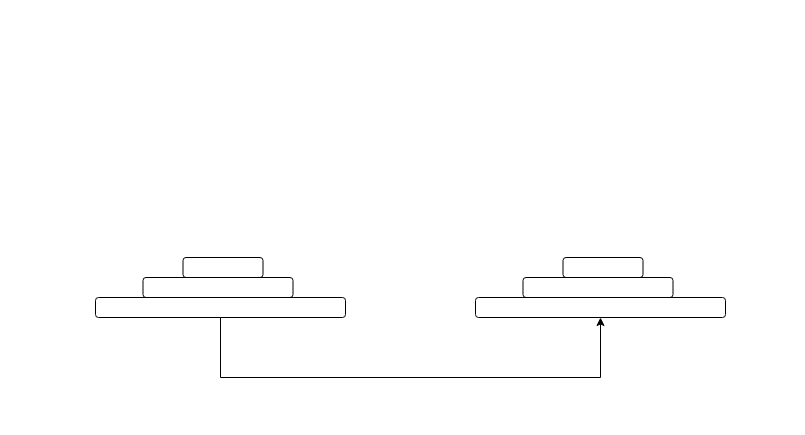
Above: Untitled Diagram.drawio in muyable/elma (draw.io), before the change. Source tidied: cells renumbered, new cells numbered last; positions are measured from the earlier drawing's top-left corner, leaving out a move shared by most shapes. Both pictures are drawn from the tidied source at 100%, with x=0, y=0 at pixel (95, 257).
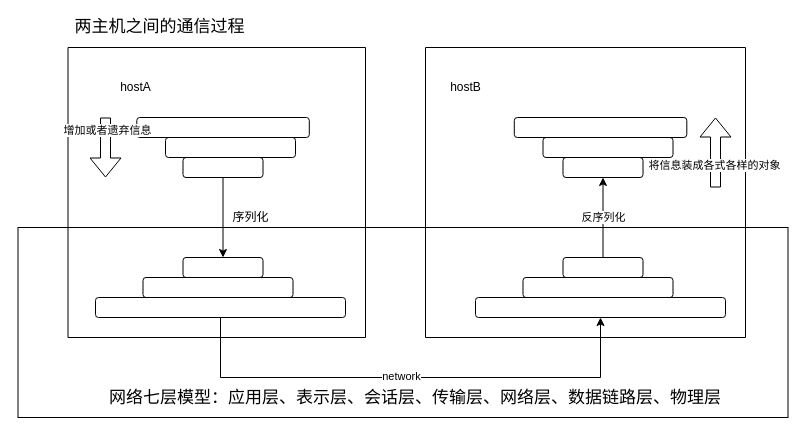
After the change.

The change refers to these unchanged cells:
```xml
<mxCell id="2" style="rounded=1;whiteSpace=wrap;html=1;" parent="1" vertex="1">
  <mxGeometry x="87.5" width="80" height="20" as="geometry" />
</mxCell>
<mxCell id="4" style="edgeStyle=orthogonalEdgeStyle;rounded=0;jettySize=auto;html=1;exitX=0.5;exitY=1;exitDx=0;exitDy=0;entryX=0.5;entryY=1;entryDx=0;entryDy=0;" parent="1" edge="1" source="5" target="8">
  <mxGeometry relative="1" as="geometry">
    <Array as="points">
      <mxPoint x="125" y="120" />
      <mxPoint x="505" y="120" />
    </Array>
  </mxGeometry>
</mxCell>
<mxCell id="6" style="rounded=1;whiteSpace=wrap;html=1;" parent="1" vertex="1">
  <mxGeometry x="467.5" width="80" height="20" as="geometry" />
</mxCell>
```

Diff of the diagram source:
```diff
@@
+    <mxCell id="9" style="rounded=0;whiteSpace=wrap;html=1;fontSize=17;" parent="1" vertex="1">
+      <mxGeometry x="-77.5" y="-30" width="770" height="190" as="geometry" />
+    </mxCell>
@@
+    <mxCell id="10" value="network" style="edgeLabel;html=1;align=center;verticalAlign=middle;" parent="4" vertex="1">
+      <mxGeometry x="-0.04" y="2" relative="1" as="geometry" />
+    </mxCell>
@@
+    <mxCell id="11" value="反序列化" style="edgeStyle=orthogonalEdgeStyle;rounded=0;jettySize=auto;html=1;" parent="1" edge="1" source="6" target="12">
+      <mxGeometry relative="1" as="geometry" />
+    </mxCell>
@@
+    <mxCell id="12" style="rounded=1;whiteSpace=wrap;html=1;" parent="1" vertex="1">
+      <mxGeometry x="467.5" y="-100" width="80" height="20" as="geometry" />
+    </mxCell>
+    <mxCell id="13" style="rounded=1;whiteSpace=wrap;html=1;" parent="1" vertex="1">
+      <mxGeometry x="447.5" y="-120" width="130" height="20" as="geometry" />
+    </mxCell>
+    <mxCell id="14" style="rounded=1;whiteSpace=wrap;html=1;" parent="1" vertex="1">
+      <mxGeometry x="418.8" y="-140" width="172.5" height="20" as="geometry" />
+    </mxCell>
+    <mxCell id="15" style="swimlane;startSize=0;" parent="1" vertex="1">
+      <mxGeometry x="-27.5" y="-210" width="297.5" height="290" as="geometry" />
+    </mxCell>
+    <mxCell id="16" value="序列化" style="text;html=1;align=center;verticalAlign=middle;strokeColor=none;fillColor=none;" parent="15" vertex="1">
+      <mxGeometry x="157.5" y="160" width="50" height="20" as="geometry" />
+    </mxCell>
+    <mxCell id="17" style="rounded=1;whiteSpace=wrap;html=1;" parent="15" vertex="1">
+      <mxGeometry x="115" y="110" width="80" height="20" as="geometry" />
+    </mxCell>
+    <mxCell id="18" style="rounded=1;whiteSpace=wrap;html=1;" parent="15" vertex="1">
+      <mxGeometry x="97.5" y="90" width="130" height="20" as="geometry" />
+    </mxCell>
+    <mxCell id="19" style="rounded=1;whiteSpace=wrap;html=1;" parent="15" vertex="1">
+      <mxGeometry x="68.8" y="70" width="172.5" height="20" as="geometry" />
+    </mxCell>
+    <mxCell id="20" style="shape=flexArrow;endArrow=classic;html=1;" parent="15" edge="1">
+      <mxGeometry relative="1" as="geometry">
+        <mxPoint x="37.5" y="70" as="sourcePoint" />
+        <mxPoint x="37.5" y="130" as="targetPoint" />
+      </mxGeometry>
+    </mxCell>
+    <mxCell id="21" value="增加或者遗弃信息" style="edgeLabel;html=1;align=center;verticalAlign=middle;" parent="20" vertex="1">
+      <mxGeometry x="-0.6" y="1" relative="1" as="geometry" />
+    </mxCell>
+    <mxCell id="22" style="swimlane;startSize=0;" parent="1" vertex="1">
+      <mxGeometry x="330" y="-210" width="320" height="290" as="geometry" />
+    </mxCell>
+    <mxCell id="23" style="shape=flexArrow;endArrow=classic;html=1;" parent="22" edge="1">
+      <mxGeometry relative="1" as="geometry">
+        <mxPoint x="290" y="140" as="sourcePoint" />
+        <mxPoint x="290" y="70" as="targetPoint" />
+      </mxGeometry>
+    </mxCell>
+    <mxCell id="24" value="将信息装成各式各样的对象" style="edgeLabel;html=1;align=center;verticalAlign=middle;" parent="23" vertex="1">
+      <mxGeometry x="-0.34" y="2" relative="1" as="geometry" />
+    </mxCell>
+    <mxCell id="25" value="hostA" style="text;html=1;align=center;verticalAlign=middle;strokeColor=none;fillColor=none;" parent="1" vertex="1">
+      <mxGeometry x="15" y="-180" width="50" height="20" as="geometry" />
+    </mxCell>
+    <mxCell id="26" value="hostB" style="text;html=1;align=center;verticalAlign=middle;strokeColor=none;fillColor=none;" parent="1" vertex="1">
+      <mxGeometry x="345" y="-180" width="50" height="20" as="geometry" />
+    </mxCell>
+    <mxCell id="27" style="edgeStyle=orthogonalEdgeStyle;rounded=0;jettySize=auto;html=1;" parent="1" edge="1" source="17" target="2">
+      <mxGeometry relative="1" as="geometry" />
+    </mxCell>
+    <mxCell id="28" value="两主机之间的通信过程" style="text;html=1;strokeColor=none;fillColor=none;align=center;verticalAlign=middle;whiteSpace=wrap;rounded=0;fontSize=17;" parent="1" vertex="1">
+      <mxGeometry x="-24.5" y="-240" width="177" height="20" as="geometry" />
+    </mxCell>
+    <mxCell id="29" value="网络七层模型：应用层、表示层、会话层、传输层、网络层、数据链路层、物理层" style="text;html=1;strokeColor=none;fillColor=none;align=center;verticalAlign=middle;whiteSpace=wrap;rounded=0;fontSize=17;" parent="1" vertex="1">
+      <mxGeometry x="10" y="140" width="620" as="geometry" />
+    </mxCell>
```
